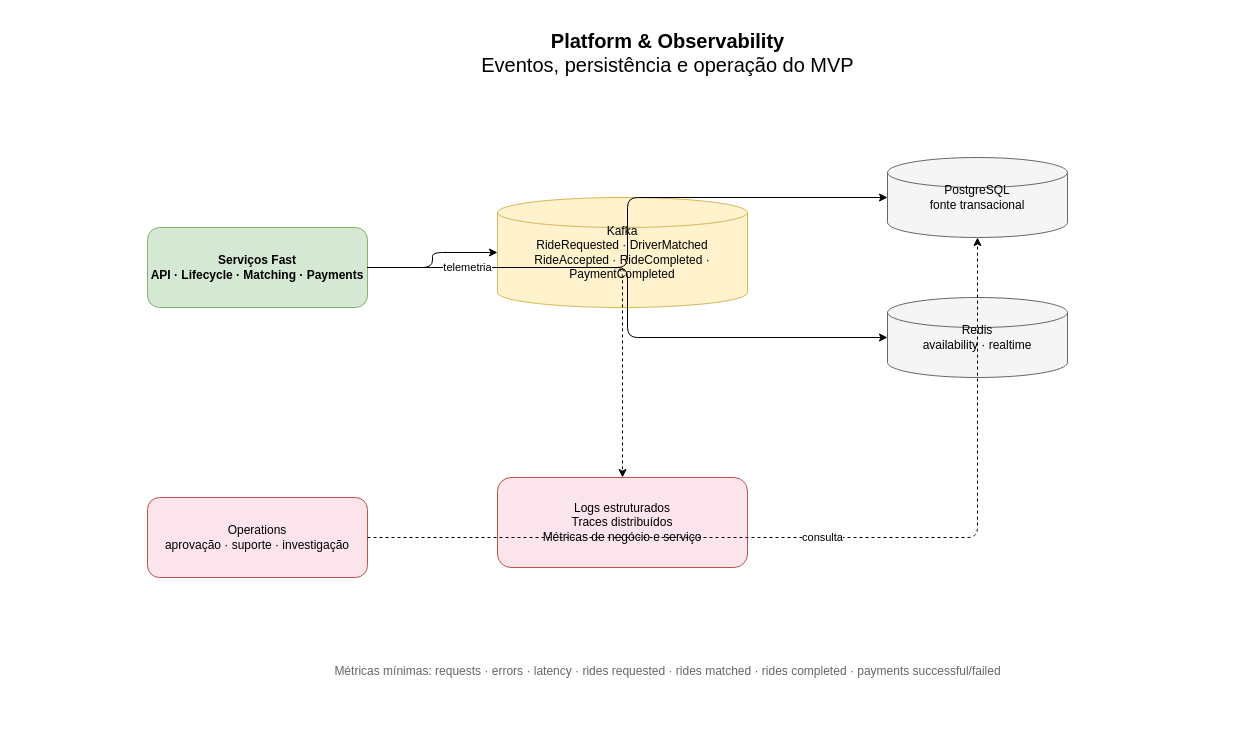
Above: page "Platform & Observability" (4 of 4) of fast.drawio in guilhermelinosp/fast-drawio (draw.io), before the change. Source tidied: cells renumbered, new cells numbered last; positions are measured from the earlier drawing's top-left corner, leaving out a move shared by most shapes. Both pictures are drawn from the tidied source at 100%, with x=0, y=0 at pixel (147, 17).
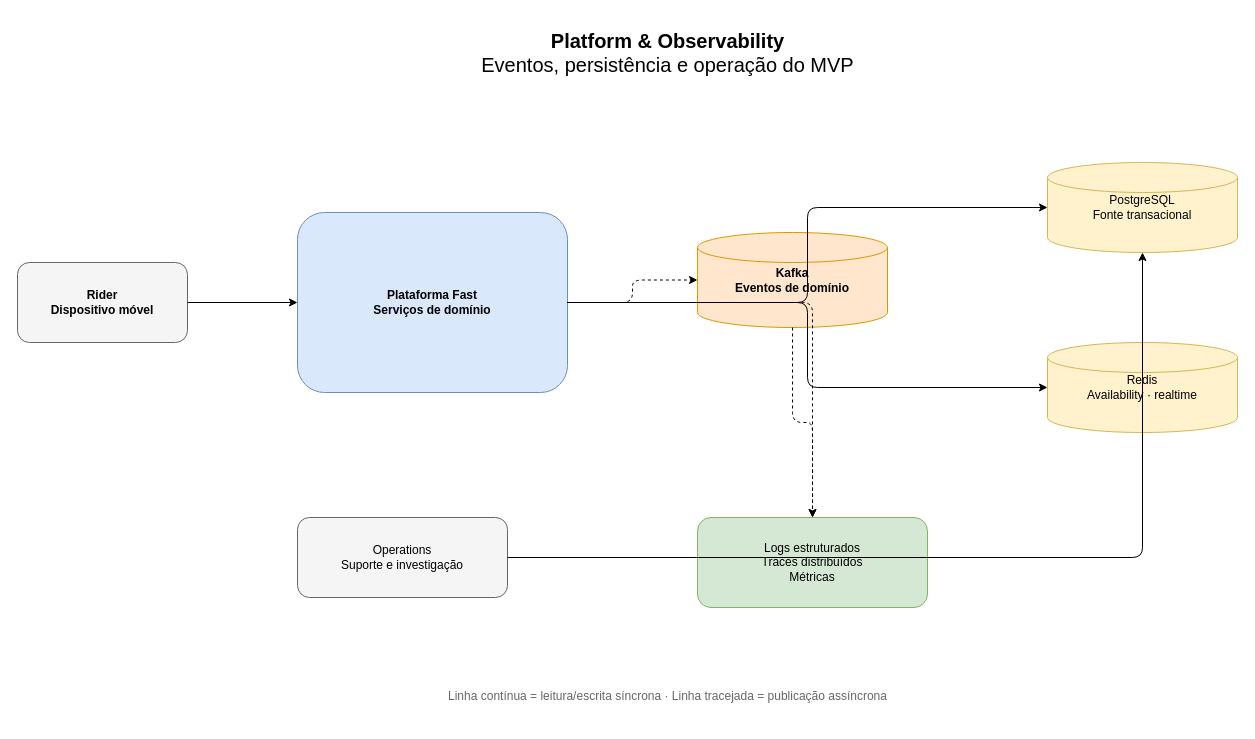
The same diagram, later.

Commit message (it also covers changes not shown here):
Melhora layout dos diagramas Fast

Diff of the diagram source:
```diff
@@
 <mxGraphModel>
   <root>
     <mxCell id="0" />
     <mxCell id="1" parent="0" />
     <mxCell id="2" value="&lt;b&gt;Platform &amp;amp; Observability&lt;/b&gt;&lt;br&gt;Eventos, persistência e operação do MVP" style="text;html=1;align=center;verticalAlign=middle;fontSize=20;" parent="1" vertex="1">
       <mxGeometry x="270" width="500" height="70" as="geometry" />
     </mxCell>
-    <mxCell id="3" value="Serviços Fast&lt;br&gt;API · Lifecycle · Matching · Payments" style="rounded=1;whiteSpace=wrap;html=1;fillColor=#d5e8d4;strokeColor=#82b366;fontStyle=1;" parent="1" vertex="1">
-      <mxGeometry y="210" width="220" height="80" as="geometry" />
-    </mxCell>
-    <mxCell id="4" value="Kafka&lt;br&gt;RideRequested · DriverMatched&lt;br&gt;RideAccepted · RideCompleted · PaymentCompleted" style="shape=cylinder3;whiteSpace=wrap;html=1;fillColor=#fff2cc;strokeColor=#d6b656;" parent="1" vertex="1">
-      <mxGeometry x="350" y="180" width="250" height="110" as="geometry" />
-    </mxCell>
-    <mxCell id="5" value="PostgreSQL&lt;br&gt;fonte transacional" style="shape=cylinder3;whiteSpace=wrap;html=1;fillColor=#f5f5f5;strokeColor=#666666;" parent="1" vertex="1">
-      <mxGeometry x="740" y="140" width="180" height="80" as="geometry" />
-    </mxCell>
-    <mxCell id="6" value="Redis&lt;br&gt;availability · realtime" style="shape=cylinder3;whiteSpace=wrap;html=1;fillColor=#f5f5f5;strokeColor=#666666;" parent="1" vertex="1">
-      <mxGeometry x="740" y="280" width="180" height="80" as="geometry" />
-    </mxCell>
-    <mxCell id="7" value="Logs estruturados&lt;br&gt;Traces distribuídos&lt;br&gt;Métricas de negócio e serviço" style="rounded=1;whiteSpace=wrap;html=1;fillColor=#fce4ec;strokeColor=#b85450;" parent="1" vertex="1">
-      <mxGeometry x="350" y="460" width="250" height="90" as="geometry" />
-    </mxCell>
-    <mxCell id="8" value="Operations&lt;br&gt;aprovação · suporte · investigação" style="rounded=1;whiteSpace=wrap;html=1;fillColor=#fce4ec;strokeColor=#b85450;" parent="1" vertex="1">
-      <mxGeometry y="480" width="220" height="80" as="geometry" />
-    </mxCell>
-    <mxCell id="9" style="edgeStyle=orthogonalEdgeStyle;rounded=1;html=1;endArrow=classic;" parent="1" edge="1" source="3" target="4">
-      <mxGeometry relative="1" as="geometry" />
-    </mxCell>
-    <mxCell id="10" style="edgeStyle=orthogonalEdgeStyle;rounded=1;html=1;endArrow=classic;" parent="1" edge="1" source="3" target="5">
-      <mxGeometry relative="1" as="geometry" />
-    </mxCell>
-    <mxCell id="11" style="edgeStyle=orthogonalEdgeStyle;rounded=1;html=1;endArrow=classic;" parent="1" edge="1" source="3" target="6">
-      <mxGeometry relative="1" as="geometry" />
-    </mxCell>
-    <mxCell id="12" value="telemetria" style="edgeStyle=orthogonalEdgeStyle;rounded=1;html=1;endArrow=classic;dashed=1;" parent="1" edge="1" source="3" target="7">
-      <mxGeometry x="-0.57" relative="1" as="geometry" />
-    </mxCell>
-    <mxCell id="13" value="consulta" style="edgeStyle=orthogonalEdgeStyle;rounded=1;html=1;endArrow=classic;dashed=1;" parent="1" edge="1" source="8" target="5">
-      <mxGeometry relative="1" as="geometry" />
-    </mxCell>
-    <mxCell id="14" value="Métricas mínimas: requests · errors · latency · rides requested · rides matched · rides completed · payments successful/failed" style="text;html=1;align=center;fontColor=#666666;" parent="1" vertex="1">
-      <mxGeometry x="170" y="640" width="700" height="40" as="geometry" />
-    </mxCell>
+    <mxCell id="15" value="Rider&lt;br&gt;Dispositivo móvel" style="rounded=1;whiteSpace=wrap;html=1;fillColor=#F5F5F5;strokeColor=#666666;fontStyle=1;" parent="1" vertex="1">
+      <mxGeometry x="-130" y="245" width="170" height="80" as="geometry" />
+    </mxCell>
+    <mxCell id="16" value="&lt;b&gt;Plataforma Fast&lt;/b&gt;&lt;br&gt;Serviços de domínio" style="rounded=1;whiteSpace=wrap;html=1;fillColor=#DAE8FC;strokeColor=#6C8EBF;fontStyle=1;" parent="1" vertex="1">
+      <mxGeometry x="150" y="195" width="270" height="180" as="geometry" />
+    </mxCell>
+    <mxCell id="17" value="Kafka&lt;br&gt;Eventos de domínio" style="shape=cylinder3;whiteSpace=wrap;html=1;fillColor=#FFE6CC;strokeColor=#D79B00;fontStyle=1;" parent="1" vertex="1">
+      <mxGeometry x="550" y="215" width="190" height="95" as="geometry" />
+    </mxCell>
+    <mxCell id="18" value="PostgreSQL&lt;br&gt;Fonte transacional" style="shape=cylinder3;whiteSpace=wrap;html=1;fillColor=#FFF2CC;strokeColor=#D6B656;" parent="1" vertex="1">
+      <mxGeometry x="900" y="145" width="190" height="90" as="geometry" />
+    </mxCell>
+    <mxCell id="19" value="Redis&lt;br&gt;Availability · realtime" style="shape=cylinder3;whiteSpace=wrap;html=1;fillColor=#FFF2CC;strokeColor=#D6B656;" parent="1" vertex="1">
+      <mxGeometry x="900" y="325" width="190" height="90" as="geometry" />
+    </mxCell>
+    <mxCell id="20" value="Logs estruturados&lt;br&gt;Traces distribuídos&lt;br&gt;Métricas" style="rounded=1;whiteSpace=wrap;html=1;fillColor=#D5E8D4;strokeColor=#82B366;" parent="1" vertex="1">
+      <mxGeometry x="550" y="500" width="230" height="90" as="geometry" />
+    </mxCell>
+    <mxCell id="21" value="Operations&lt;br&gt;Suporte e investigação" style="rounded=1;whiteSpace=wrap;html=1;fillColor=#F5F5F5;strokeColor=#666666;" parent="1" vertex="1">
+      <mxGeometry x="150" y="500" width="210" height="80" as="geometry" />
+    </mxCell>
+    <mxCell id="22" value="Linha contínua = leitura/escrita síncrona · Linha tracejada = publicação assíncrona" style="text;html=1;align=center;fontColor=#666666;" parent="1" vertex="1">
+      <mxGeometry x="170" y="665" width="700" height="40" as="geometry" />
+    </mxCell>
+    <mxCell id="23" style="edgeStyle=orthogonalEdgeStyle;rounded=1;html=1;endArrow=classic;" parent="1" edge="1" source="15" target="16">
+      <mxGeometry relative="1" as="geometry" />
+    </mxCell>
+    <mxCell id="24" style="edgeStyle=orthogonalEdgeStyle;rounded=1;html=1;endArrow=classic;dashed=1;" parent="1" edge="1" source="16" target="17">
+      <mxGeometry relative="1" as="geometry" />
+    </mxCell>
+    <mxCell id="25" style="edgeStyle=orthogonalEdgeStyle;rounded=1;html=1;endArrow=classic;" parent="1" edge="1" source="16" target="18">
+      <mxGeometry relative="1" as="geometry" />
+    </mxCell>
+    <mxCell id="26" style="edgeStyle=orthogonalEdgeStyle;rounded=1;html=1;endArrow=classic;" parent="1" edge="1" source="16" target="19">
+      <mxGeometry relative="1" as="geometry" />
+    </mxCell>
+    <mxCell id="27" style="edgeStyle=orthogonalEdgeStyle;rounded=1;html=1;endArrow=classic;dashed=1;" parent="1" edge="1" source="16" target="20">
+      <mxGeometry relative="1" as="geometry" />
+    </mxCell>
+    <mxCell id="28" style="edgeStyle=orthogonalEdgeStyle;rounded=1;html=1;endArrow=classic;" parent="1" edge="1" source="21" target="18">
+      <mxGeometry relative="1" as="geometry" />
+    </mxCell>
+    <mxCell id="29" style="edgeStyle=orthogonalEdgeStyle;rounded=1;html=1;endArrow=classic;dashed=1;" parent="1" edge="1" source="17" target="20">
+      <mxGeometry relative="1" as="geometry" />
+    </mxCell>
   </root>
 </mxGraphModel>
```
